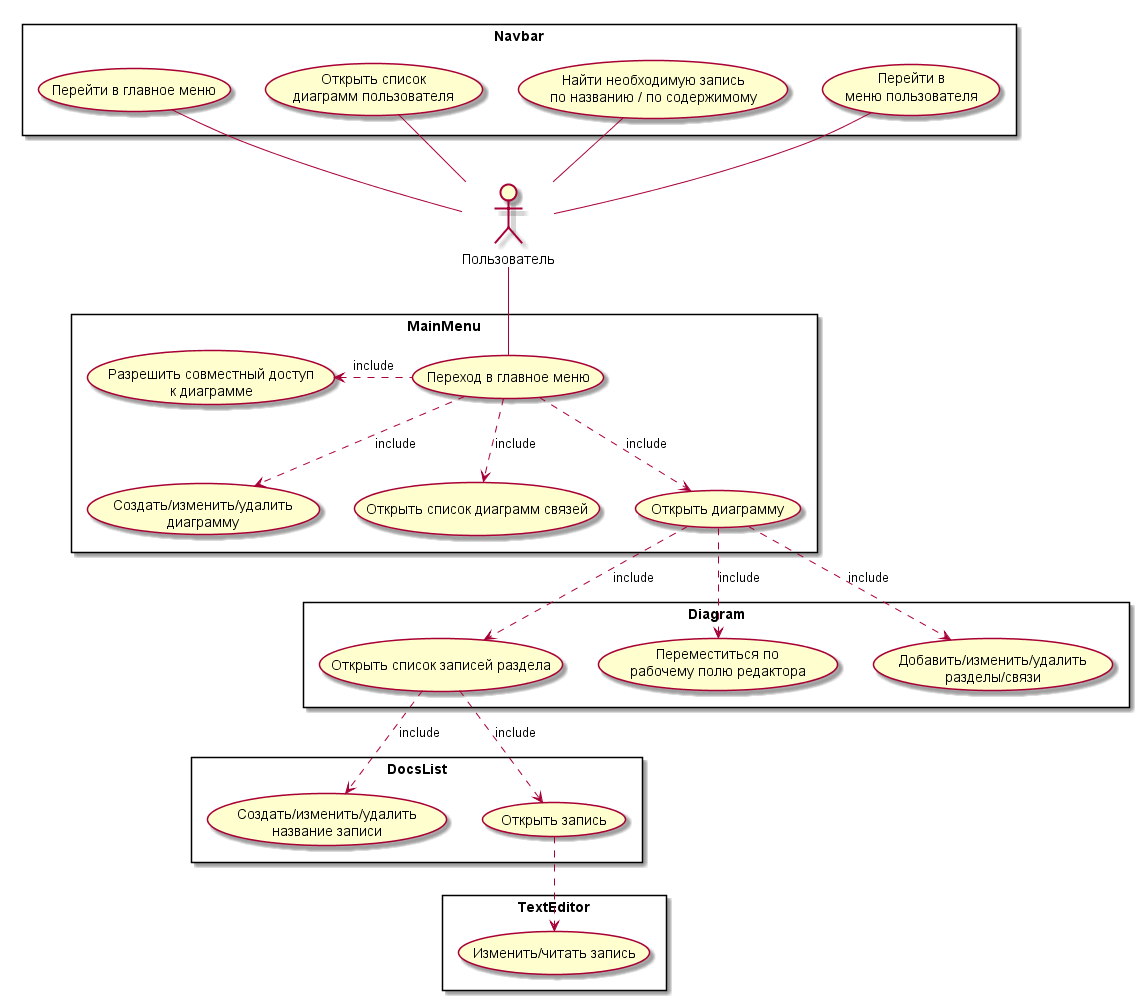
Before: uml/Use Case diagram - User/Use Case.png, a diagram exported from PlantUML (Stiivenson/project-exodus).
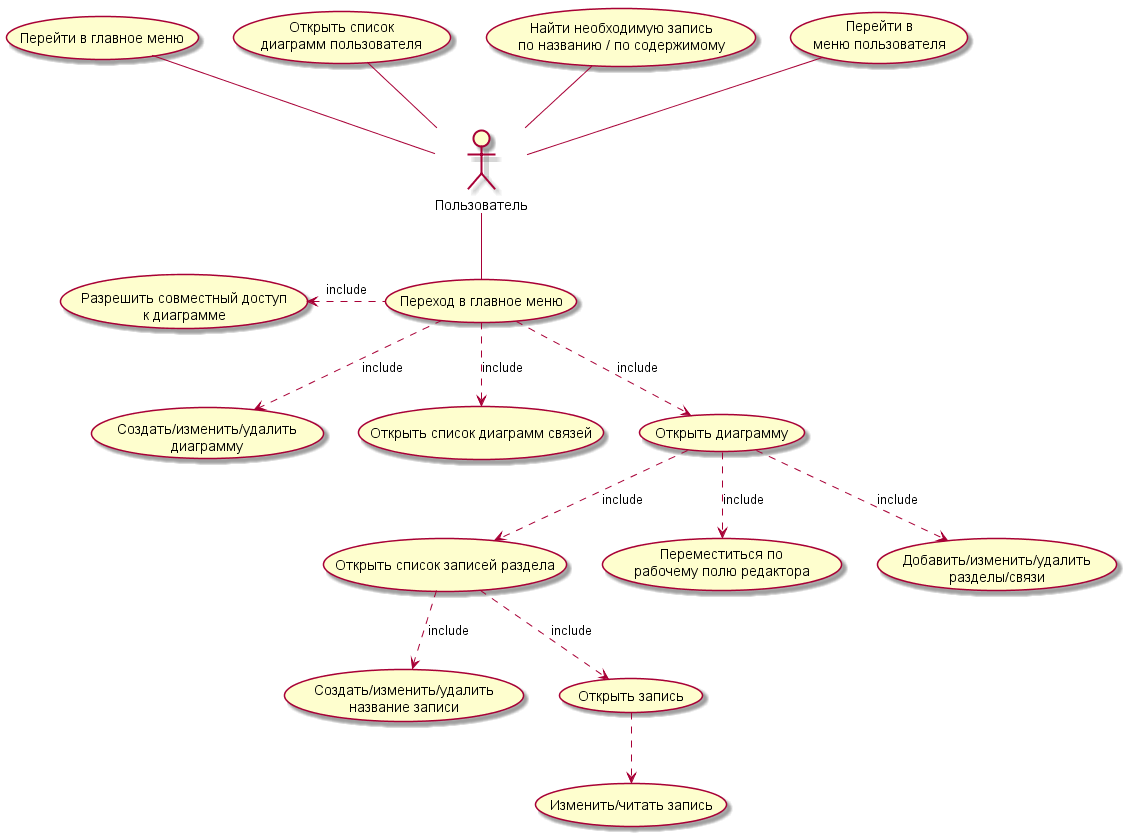
Above is the later version.

The edit, as a diff of the source:
```diff
@@ -6,32 +6,26 @@
 
 
 actor Пользователь
-    rectangle Navbar{
+
         Пользователь -up- (Перейти в \nменю пользователя)
         Пользователь -up- (Найти необходимую запись \nпо названию / по содержимому)
         Пользователь -up- (Открыть список \nдиаграмм пользователя)
         Пользователь -up- (Перейти в главное меню)
-    }
-    rectangle MainMenu{
+
         Пользователь -- (Переход в главное меню)
         (Переход в главное меню) .left-> (Разрешить совместный доступ \nк диаграмме) : include
         (Переход в главное меню) .-> (Создать/изменить/удалить \nдиаграмму) : include
         (Переход в главное меню) .-> (Открыть список диаграмм связей) : include
         (Переход в главное меню) .-> (Открыть диаграмму) : include
 
-    }
-    rectangle Diagram{
         (Открыть диаграмму) .down-> (Открыть список записей раздела) : include
         (Открыть диаграмму) .down-> (Переместиться по \nрабочему полю редактора) : include
         (Открыть диаграмму) .down-> (Добавить/изменить/удалить \nразделы/связи) : include
-    }
-    rectangle DocsList{
         (Открыть список записей раздела) .down-> (Создать/изменить/удалить \nназвание записи) : include
         (Открыть список записей раздела) .down-> (Открыть запись) : include
-    }
-    rectangle TextEditor{
+
         (Открыть запись) .-> (Изменить/читать запись)
-    }
+
 
 
 
```
